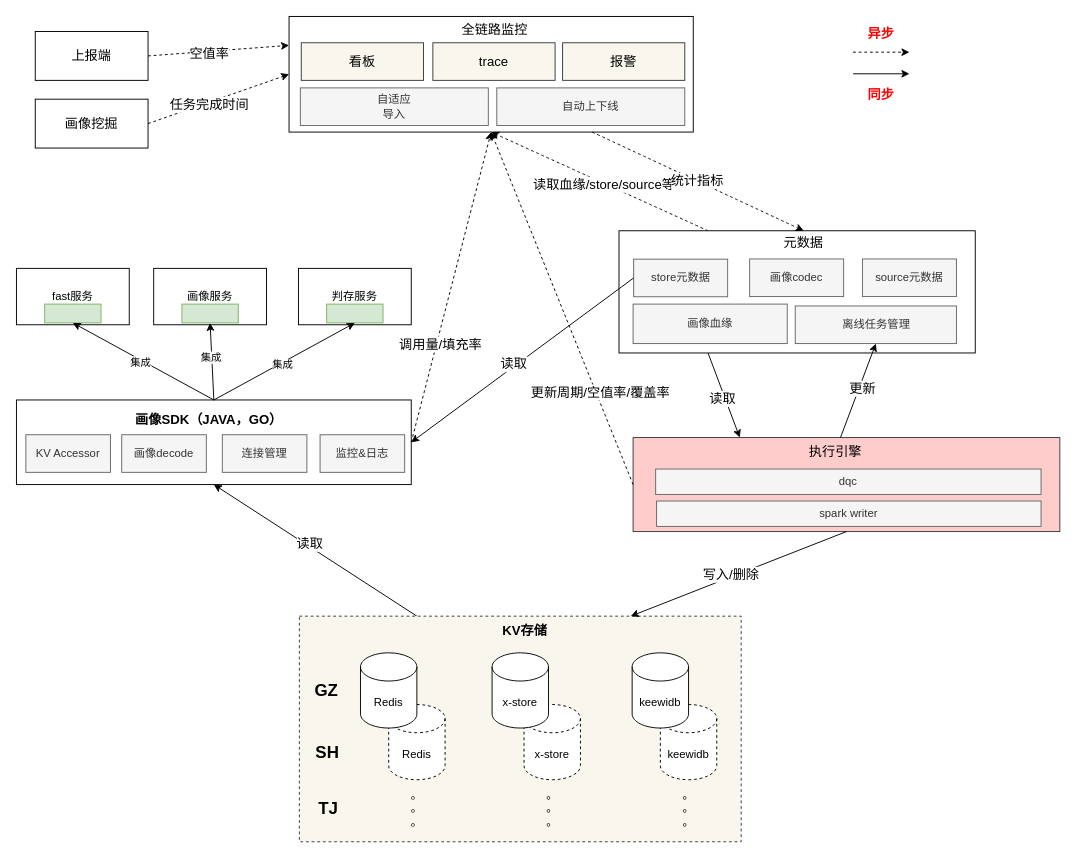
This is f_sinker.drawio from learn2Pro/draw_io_save, a draw.io file, before an edit. Source tidied: cells renumbered, new cells numbered last; positions are measured from the earlier drawing's top-left corner, leaving out a move shared by most shapes. Both pictures are drawn from the tidied source at 94%, with x=0, y=0 at pixel (16, 16).
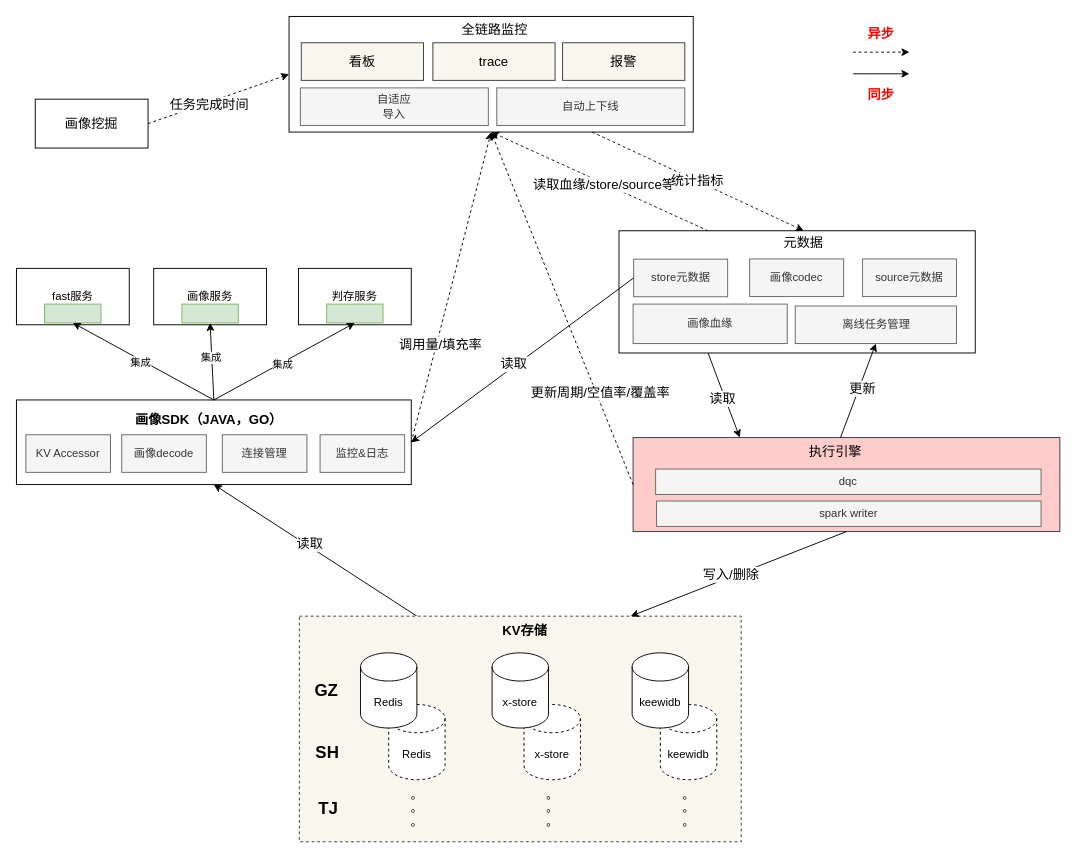
The same page after the edit.

Unchanged cells that the change refers to:
```xml
<mxCell id="36" style="rounded=0;whiteSpace=wrap;html=1;fontSize=14;" parent="1" vertex="1">
  <mxGeometry x="290" width="430" height="123" as="geometry" />
</mxCell>
```

Diff of the diagram source:
```diff
@@
-    <mxCell id="74" value="上报端" style="rounded=0;whiteSpace=wrap;html=1;strokeColor=default;fontSize=14;fontColor=#000000;" parent="1" vertex="1">
-      <mxGeometry x="20" y="16" width="120" height="52" as="geometry" />
-    </mxCell>
@@
-    <mxCell id="76" style="endArrow=classic;html=1;rounded=0;fontSize=14;fontColor=#000000;exitX=1;exitY=0.5;exitDx=0;exitDy=0;entryX=0;entryY=0.25;entryDx=0;entryDy=0;dashed=1;" parent="1" edge="1" source="74" target="36">
-      <mxGeometry relative="1" as="geometry" />
-    </mxCell>
-    <mxCell id="77" value="空值率" style="edgeLabel;html=1;align=center;verticalAlign=middle;fontSize=14;fontColor=#000000;" parent="76" vertex="1">
-      <mxGeometry x="-0.14" y="-2" relative="1" as="geometry" />
-    </mxCell>
```
